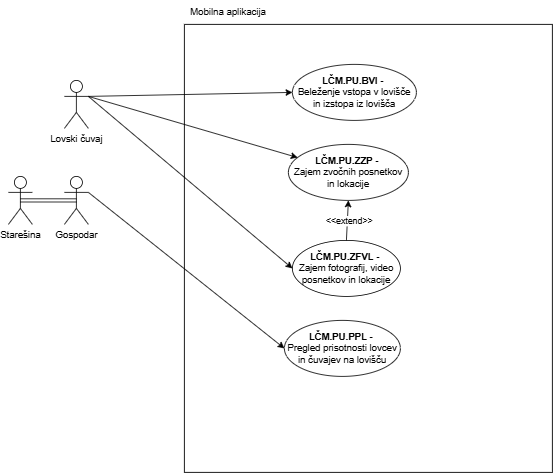
The draw.io diagram Lovski cuvaj-Mobilna aplikacija.drawio.png in ErnestISv/Lovstvo, before a commit. Source tidied: cells renumbered, new cells last; positions are measured from the earlier drawing's top-left corner, leaving out a move shared by most shapes.
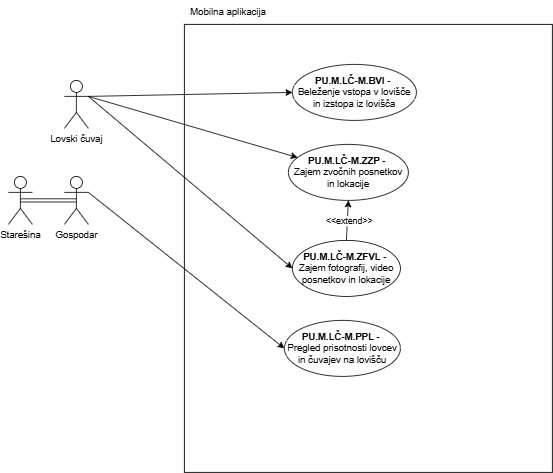
The same diagram one commit later.

What changed in the source:
```diff
@@ -17,13 +17,13 @@
     <mxCell id="6" value="Gospodar" style="shape=umlActor;verticalLabelPosition=bottom;verticalAlign=top;html=1;outlineConnect=0;" parent="1" vertex="1">
       <mxGeometry x="70" y="220" width="30" height="60" as="geometry" />
     </mxCell>
-    <mxCell id="7" value="&lt;b&gt;LČM.PU.ZZP&lt;/b&gt; -&amp;nbsp;&lt;div&gt;Zajem zvočnih posnetkov in lokacije&lt;/div&gt;" style="ellipse;whiteSpace=wrap;html=1;" parent="1" vertex="1">
+    <mxCell id="7" value="&lt;b&gt;PU.M.LČ-M.ZZP&amp;nbsp;-&amp;nbsp;&lt;/b&gt;&lt;div&gt;Zajem zvočnih posnetkov in lokacije&lt;/div&gt;" style="ellipse;whiteSpace=wrap;html=1;" parent="1" vertex="1">
       <mxGeometry x="350" y="180" width="150" height="70" as="geometry" />
     </mxCell>
     <mxCell id="8" style="endArrow=classic;html=1;rounded=0;exitX=1;exitY=0.3333333333333333;exitDx=0;exitDy=0;exitPerimeter=0;" parent="1" edge="1" source="3" target="7">
       <mxGeometry relative="1" as="geometry" />
     </mxCell>
-    <mxCell id="9" value="&lt;b&gt;LČM.PU.ZFVL&lt;/b&gt; -&amp;nbsp;&lt;div&gt;Zajem fotografij, video posnetkov in lokacije&lt;/div&gt;" style="ellipse;whiteSpace=wrap;html=1;" parent="1" vertex="1">
+    <mxCell id="9" value="&lt;b&gt;PU.M.LČ-M.ZFVL&amp;nbsp;-&amp;nbsp;&lt;/b&gt;&lt;div&gt;Zajem fotografij, video posnetkov in lokacije&lt;/div&gt;" style="ellipse;whiteSpace=wrap;html=1;" parent="1" vertex="1">
       <mxGeometry x="355" y="300" width="135" height="70" as="geometry" />
     </mxCell>
     <mxCell id="10" style="endArrow=classic;html=1;rounded=0;entryX=0;entryY=0.5;entryDx=0;entryDy=0;" parent="1" edge="1" target="9">
@@ -34,13 +34,13 @@
     <mxCell id="11" value="Mobilna aplikacija" style="text;html=1;align=center;verticalAlign=middle;whiteSpace=wrap;rounded=0;" parent="1" vertex="1">
       <mxGeometry x="220" width="110" height="30" as="geometry" />
     </mxCell>
-    <mxCell id="12" value="&lt;b&gt;LČM.PU.PPL&lt;/b&gt; -&amp;nbsp;&lt;div&gt;Pregled prisotnosti lovcev in čuvajev na lovišču&lt;/div&gt;" style="ellipse;whiteSpace=wrap;html=1;" parent="1" vertex="1">
+    <mxCell id="12" value="&lt;b&gt;PU.M.LČ-M.PPL&amp;nbsp;&lt;/b&gt;-&amp;nbsp;&lt;div&gt;Pregled prisotnosti lovcev in čuvajev na lovišču&lt;/div&gt;" style="ellipse;whiteSpace=wrap;html=1;" parent="1" vertex="1">
       <mxGeometry x="345" y="400" width="145" height="70" as="geometry" />
     </mxCell>
     <mxCell id="13" style="endArrow=classic;html=1;rounded=0;exitX=1;exitY=0.3333333333333333;exitDx=0;exitDy=0;exitPerimeter=0;entryX=0;entryY=0.5;entryDx=0;entryDy=0;" parent="1" edge="1" source="6" target="12">
       <mxGeometry relative="1" as="geometry" />
     </mxCell>
-    <mxCell id="14" value="&lt;b&gt;LČM.PU.BVI&lt;/b&gt; -&amp;nbsp;&lt;div&gt;Beleženje vstopa v lovišče in izstopa iz lovišča&lt;/div&gt;" style="ellipse;whiteSpace=wrap;html=1;" parent="1" vertex="1">
+    <mxCell id="14" value="&lt;b&gt;PU.M.LČ-M.BVI -&amp;nbsp;&lt;/b&gt;&lt;div&gt;Beleženje vstopa v lovišče in izstopa iz lovišča&lt;/div&gt;" style="ellipse;whiteSpace=wrap;html=1;" parent="1" vertex="1">
       <mxGeometry x="355" y="80" width="155" height="70" as="geometry" />
     </mxCell>
     <mxCell id="15" style="endArrow=classic;html=1;rounded=0;entryX=0;entryY=0.5;entryDx=0;entryDy=0;" parent="1" edge="1" target="14">
```
